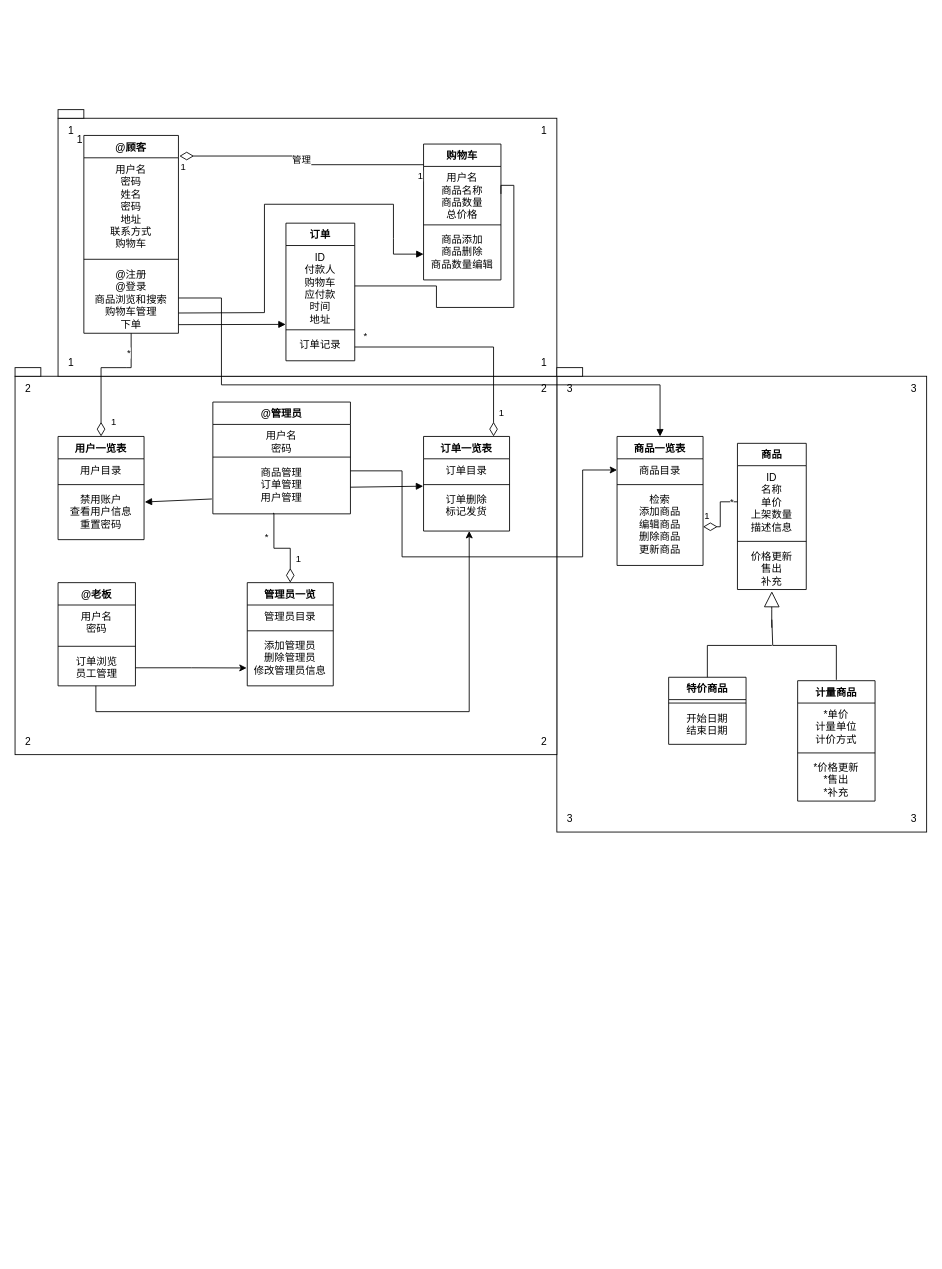
Before: 未命名绘图.drawio in Grayguoliang/learngit, a draw.io diagram. Source tidied: cells renumbered, new cells numbered last; positions are measured from the earlier drawing's top-left corner, leaving out a move shared by most shapes. Both pictures are drawn from the tidied source at 86%, with x=0, y=0 at pixel (15, 109).
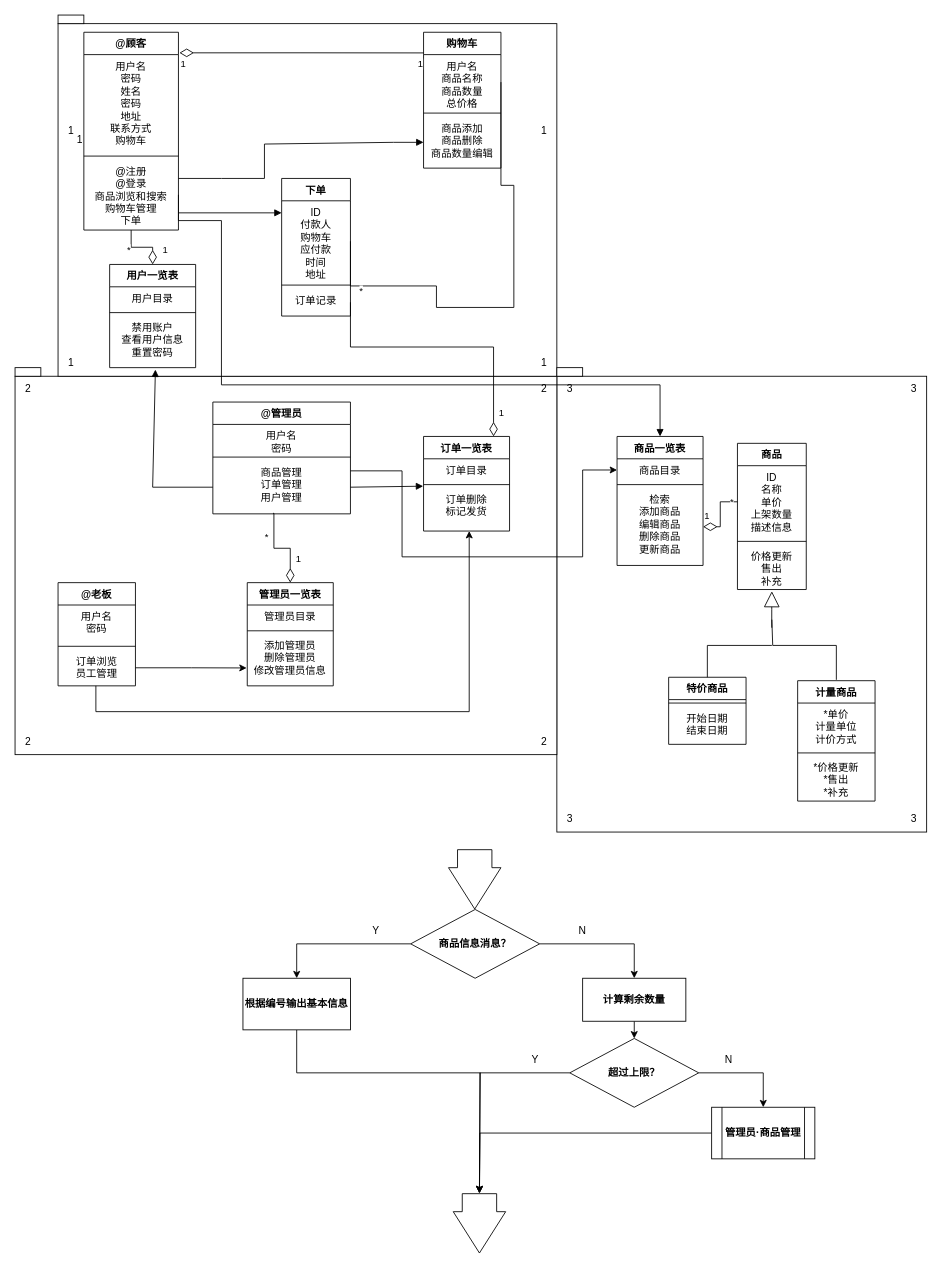
The same diagram, later.

Commit message:
网上商店管理系统.drawio

Unchanged cells that the change refers to:
```xml
<mxCell id="11" value="&lt;div style=&quot;&quot;&gt;&lt;span style=&quot;background-color: initial;&quot;&gt;用户名&lt;/span&gt;&lt;/div&gt;&lt;div style=&quot;&quot;&gt;&lt;span style=&quot;background-color: initial;&quot;&gt;密码&lt;/span&gt;&lt;/div&gt;&lt;div style=&quot;&quot;&gt;&lt;span style=&quot;background-color: initial;&quot;&gt;姓名&lt;/span&gt;&lt;/div&gt;&lt;div style=&quot;&quot;&gt;&lt;span style=&quot;background-color: initial;&quot;&gt;密码&lt;/span&gt;&lt;/div&gt;&lt;div style=&quot;&quot;&gt;&lt;span style=&quot;background-color: initial;&quot;&gt;地址&lt;/span&gt;&lt;/div&gt;&lt;div style=&quot;&quot;&gt;&lt;span style=&quot;background-color: initial;&quot;&gt;联系方式&lt;/span&gt;&lt;/div&gt;&lt;div style=&quot;&quot;&gt;&lt;span style=&quot;background-color: initial;&quot;&gt;购物车&lt;/span&gt;&lt;/div&gt;" style="text;strokeColor=none;fillColor=none;align=center;verticalAlign=top;spacingLeft=4;spacingRight=4;overflow=hidden;points=[[0,0.5],[1,0.5]];portConstraint=eastwest;whiteSpace=wrap;html=1;" parent="10" vertex="1">
  <mxGeometry y="26" width="110" height="114" as="geometry" />
</mxCell>
<mxCell id="13" value="&lt;div style=&quot;&quot;&gt;&lt;span style=&quot;background-color: initial;&quot;&gt;@注册&lt;/span&gt;&lt;/div&gt;&lt;div style=&quot;&quot;&gt;&lt;span style=&quot;background-color: initial;&quot;&gt;@登录&lt;/span&gt;&lt;/div&gt;&lt;div style=&quot;&quot;&gt;&lt;span style=&quot;background-color: initial;&quot;&gt;商品浏览和搜索&lt;/span&gt;&lt;/div&gt;&lt;div style=&quot;&quot;&gt;&lt;span style=&quot;background-color: initial;&quot;&gt;购物车管理&lt;/span&gt;&lt;/div&gt;&lt;div style=&quot;&quot;&gt;&lt;span style=&quot;background-color: initial;&quot;&gt;下单&lt;/span&gt;&lt;/div&gt;&lt;div style=&quot;&quot;&gt;&lt;span style=&quot;background-color: initial;&quot;&gt;&lt;br&gt;&lt;/span&gt;&lt;/div&gt;" style="text;strokeColor=none;fillColor=none;align=center;verticalAlign=top;spacingLeft=4;spacingRight=4;overflow=hidden;points=[[0,0.5],[1,0.5]];portConstraint=eastwest;whiteSpace=wrap;html=1;" parent="10" vertex="1">
  <mxGeometry y="148" width="110" height="82" as="geometry" />
</mxCell>
<mxCell id="16" value="用户名&lt;br&gt;商品名称&lt;br&gt;商品数量&lt;br&gt;总价格" style="text;strokeColor=none;fillColor=none;align=center;verticalAlign=top;spacingLeft=4;spacingRight=4;overflow=hidden;points=[[0,0.5],[1,0.5]];portConstraint=eastwest;whiteSpace=wrap;html=1;" parent="15" vertex="1">
  <mxGeometry y="26" width="90" height="64" as="geometry" />
</mxCell>
<mxCell id="18" value="商品添加&lt;br&gt;商品删除&lt;br&gt;商品数量编辑" style="text;strokeColor=none;fillColor=none;align=center;verticalAlign=top;spacingLeft=4;spacingRight=4;overflow=hidden;points=[[0,0.5],[1,0.5]];portConstraint=eastwest;whiteSpace=wrap;html=1;" parent="15" vertex="1">
  <mxGeometry y="98" width="90" height="60" as="geometry" />
</mxCell>
<mxCell id="22" value="商品管理&lt;br&gt;订单管理&lt;br&gt;用户管理" style="text;strokeColor=none;fillColor=none;align=center;verticalAlign=top;spacingLeft=4;spacingRight=4;overflow=hidden;points=[[0,0.5],[1,0.5]];portConstraint=eastwest;whiteSpace=wrap;html=1;" parent="19" vertex="1">
  <mxGeometry y="68" width="160" height="62" as="geometry" />
</mxCell>
<mxCell id="35" value="禁用账户&lt;br&gt;查看用户信息&lt;br&gt;重置密码" style="text;strokeColor=none;fillColor=none;align=center;verticalAlign=top;spacingLeft=4;spacingRight=4;overflow=hidden;points=[[0,0.5],[1,0.5]];portConstraint=eastwest;whiteSpace=wrap;html=1;" parent="32" vertex="1">
  <mxGeometry y="60" width="100" height="60" as="geometry" />
</mxCell>
<mxCell id="67" value="商品一览表" style="swimlane;fontStyle=1;align=center;verticalAlign=top;horizontal=1;startSize=26;whiteSpace=wrap;html=1;" parent="1" vertex="1">
  <mxGeometry x="700" y="380" width="100" height="150" as="geometry" />
</mxCell>
```

What changed in the source:
```diff
@@
     <mxCell id="4" style="rounded=0;whiteSpace=wrap;html=1;" parent="1" vertex="1">
-      <mxGeometry x="50" y="10" width="580" height="300" as="geometry" />
+      <mxGeometry x="50" y="-100" width="580" height="410" as="geometry" />
     </mxCell>
-    <mxCell id="5" value="订单" style="swimlane;fontStyle=1;align=center;verticalAlign=top;horizontal=1;startSize=26;whiteSpace=wrap;html=1;" parent="1" vertex="1">
-      <mxGeometry x="315" y="132" width="80" height="160" as="geometry" />
+    <mxCell id="5" value="下单" style="swimlane;fontStyle=1;align=center;verticalAlign=top;horizontal=1;startSize=26;whiteSpace=wrap;html=1;" parent="1" vertex="1">
+      <mxGeometry x="310" y="80" width="80" height="160" as="geometry" />
     </mxCell>
@@
-    <mxCell id="9" style="html=1;verticalAlign=bottom;endArrow=block;curved=0;rounded=0;entryX=-0.002;entryY=0.854;entryDx=0;entryDy=0;entryPerimeter=0;exitX=1;exitY=0.878;exitDx=0;exitDy=0;exitPerimeter=0;" parent="1" edge="1" source="13">
+    <mxCell id="9" style="html=1;verticalAlign=bottom;endArrow=block;curved=0;rounded=0;entryX=0;entryY=0.5;entryDx=0;entryDy=0;" parent="1" edge="1">
       <mxGeometry relative="1" as="geometry">
-        <mxPoint x="314.7" y="249.7" as="targetPoint" />
+        <mxPoint x="190" y="120" as="sourcePoint" />
+        <mxPoint x="310" y="120" as="targetPoint" />
       </mxGeometry>
     </mxCell>
     <mxCell id="10" value="@顾客" style="swimlane;fontStyle=1;align=center;verticalAlign=top;horizontal=1;startSize=26;whiteSpace=wrap;html=1;" parent="1" vertex="1">
-      <mxGeometry x="80" y="30" width="110" height="230" as="geometry" />
+      <mxGeometry x="80" y="-90" width="110" height="230" as="geometry" />
     </mxCell>
@@
     <mxCell id="14" style="rounded=0;whiteSpace=wrap;html=1;" parent="1" vertex="1">
-      <mxGeometry x="50" width="30" height="10" as="geometry" />
+      <mxGeometry x="50" y="-110" width="30" height="10" as="geometry" />
     </mxCell>
     <mxCell id="15" value="购物车" style="swimlane;fontStyle=1;align=center;verticalAlign=top;horizontal=1;startSize=26;whiteSpace=wrap;html=1;" parent="1" vertex="1">
-      <mxGeometry x="475" y="40" width="90" height="158" as="geometry" />
+      <mxGeometry x="475" y="-90" width="90" height="158" as="geometry" />
     </mxCell>
@@
-    <mxCell id="23" value="管理" style="endArrow=none;html=1;endSize=12;startArrow=diamondThin;startSize=14;startFill=0;edgeStyle=orthogonalEdgeStyle;rounded=0;entryX=0;entryY=-0.031;entryDx=0;entryDy=0;exitX=1.01;exitY=-0.018;exitDx=0;exitDy=0;exitPerimeter=0;entryPerimeter=0;endFill=0;" parent="1" edge="1" source="11" target="16">
+    <mxCell id="23" style="endArrow=none;html=1;endSize=12;startArrow=diamondThin;startSize=14;startFill=0;edgeStyle=orthogonalEdgeStyle;rounded=0;entryX=0;entryY=-0.031;entryDx=0;entryDy=0;exitX=1.01;exitY=-0.018;exitDx=0;exitDy=0;exitPerimeter=0;entryPerimeter=0;endFill=0;" parent="1" edge="1" source="11" target="16">
       <mxGeometry relative="1" as="geometry" />
     </mxCell>
@@
-    <mxCell id="27" style="html=1;verticalAlign=bottom;endArrow=block;curved=0;rounded=0;exitX=1;exitY=0.713;exitDx=0;exitDy=0;exitPerimeter=0;entryX=0;entryY=0.5;entryDx=0;entryDy=0;" parent="1" edge="1" source="13" target="18">
+    <mxCell id="27" style="html=1;verticalAlign=bottom;endArrow=block;curved=0;rounded=0;entryX=0;entryY=0.5;entryDx=0;entryDy=0;" parent="1" edge="1" target="18">
       <mxGeometry relative="1" as="geometry">
+        <mxPoint x="190" y="80" as="sourcePoint" />
         <Array as="points">
-          <mxPoint x="290" y="236" />
-          <mxPoint x="290" y="110" />
-          <mxPoint x="440" y="110" />
-          <mxPoint x="440" y="150" />
-          <mxPoint x="440" y="168" />
+          <mxPoint x="240" y="80" />
+          <mxPoint x="290" y="80" />
+          <mxPoint x="290" y="40" />
+          <mxPoint x="440" y="38" />
         </Array>
       </mxGeometry>
     </mxCell>
@@
     <mxCell id="32" value="用户一览表" style="swimlane;fontStyle=1;align=center;verticalAlign=top;horizontal=1;startSize=26;whiteSpace=wrap;html=1;" parent="1" vertex="1">
-      <mxGeometry x="50" y="380" width="100" height="120" as="geometry" />
+      <mxGeometry x="110" y="180" width="100" height="120" as="geometry" />
     </mxCell>
@@
-    <mxCell id="37" style="html=1;verticalAlign=bottom;endArrow=block;curved=0;rounded=0;entryX=1.008;entryY=0.27;entryDx=0;entryDy=0;entryPerimeter=0;exitX=-0.007;exitY=0.721;exitDx=0;exitDy=0;exitPerimeter=0;" parent="1" edge="1" source="22" target="35">
-      <mxGeometry relative="1" as="geometry" />
+    <mxCell id="37" style="html=1;verticalAlign=bottom;endArrow=block;curved=0;rounded=0;entryX=0.532;entryY=1.038;entryDx=0;entryDy=0;entryPerimeter=0;exitX=0;exitY=0.5;exitDx=0;exitDy=0;" parent="1" edge="1" source="22" target="35">
+      <mxGeometry relative="1" as="geometry">
+        <Array as="points">
+          <mxPoint x="160" y="439" />
+        </Array>
+      </mxGeometry>
     </mxCell>
     <mxCell id="38" style="endArrow=none;html=1;endSize=12;startArrow=diamondThin;startSize=14;startFill=0;edgeStyle=orthogonalEdgeStyle;rounded=0;exitX=0.5;exitY=0;exitDx=0;exitDy=0;entryX=0.5;entryY=1;entryDx=0;entryDy=0;entryPerimeter=0;endFill=0;" parent="1" edge="1" source="32" target="13">
       <mxGeometry relative="1" as="geometry">
         <Array as="points">
-          <mxPoint x="130" y="300" />
-          <mxPoint x="160" y="300" />
+          <mxPoint x="160" y="160" />
+          <mxPoint x="135" y="160" />
         </Array>
       </mxGeometry>
     </mxCell>
@@
-    <mxCell id="48" value="管理员一览" style="swimlane;fontStyle=1;align=center;verticalAlign=top;horizontal=1;startSize=26;whiteSpace=wrap;html=1;" parent="1" vertex="1">
+    <mxCell id="48" value="管理员一览表" style="swimlane;fontStyle=1;align=center;verticalAlign=top;horizontal=1;startSize=26;whiteSpace=wrap;html=1;" parent="1" vertex="1">
       <mxGeometry x="270" y="550" width="100" height="120" as="geometry" />
     </mxCell>
@@
     <mxCell id="93" style="edgeStyle=orthogonalEdgeStyle;rounded=0;jettySize=auto;html=1;entryX=0.5;entryY=0;entryDx=0;entryDy=0;exitX=1;exitY=0.5;exitDx=0;exitDy=0;endArrow=block;endFill=1;" parent="1" edge="1" source="13" target="67">
       <mxGeometry relative="1" as="geometry">
         <Array as="points">
-          <mxPoint x="240" y="219" />
+          <mxPoint x="240" y="129" />
           <mxPoint x="240" y="320" />
           <mxPoint x="750" y="320" />
         </Array>
       </mxGeometry>
     </mxCell>
+    <mxCell id="94" style="shape=flexArrow;endArrow=classic;html=1;rounded=0;width=40;endSize=15.69;" parent="1" edge="1">
+      <mxGeometry relative="1" as="geometry">
+        <mxPoint x="534.5" y="860" as="sourcePoint" />
+        <mxPoint x="534.5" y="930" as="targetPoint" />
+      </mxGeometry>
+    </mxCell>
+    <mxCell id="95" style="edgeStyle=orthogonalEdgeStyle;rounded=0;jettySize=auto;html=1;entryX=0.5;entryY=0;entryDx=0;entryDy=0;" parent="1" edge="1" source="97" target="106">
+      <mxGeometry relative="1" as="geometry" />
+    </mxCell>
+    <mxCell id="96" style="edgeStyle=orthogonalEdgeStyle;rounded=0;jettySize=auto;html=1;entryX=0.5;entryY=0;entryDx=0;entryDy=0;" parent="1" edge="1" source="97" target="99">
+      <mxGeometry relative="1" as="geometry" />
+    </mxCell>
+    <mxCell id="97" value="&lt;b&gt;商品信息消息？&lt;/b&gt;" style="rhombus;whiteSpace=wrap;html=1;" parent="1" vertex="1">
+      <mxGeometry x="460" y="930" width="150" height="80" as="geometry" />
+    </mxCell>
+    <mxCell id="98" style="edgeStyle=orthogonalEdgeStyle;rounded=0;jettySize=auto;html=1;exitX=0.5;exitY=1;exitDx=0;exitDy=0;entryX=0.5;entryY=0;entryDx=0;entryDy=0;" parent="1" edge="1" source="99" target="102">
+      <mxGeometry relative="1" as="geometry" />
+    </mxCell>
+    <mxCell id="99" value="&lt;b&gt;计算剩余数量&lt;/b&gt;" style="rounded=0;whiteSpace=wrap;html=1;" parent="1" vertex="1">
+      <mxGeometry x="660" y="1010" width="120" height="50" as="geometry" />
+    </mxCell>
+    <mxCell id="100" style="edgeStyle=orthogonalEdgeStyle;rounded=0;jettySize=auto;html=1;entryX=0.5;entryY=0;entryDx=0;entryDy=0;" parent="1" edge="1" source="102" target="104">
+      <mxGeometry relative="1" as="geometry" />
+    </mxCell>
+    <mxCell id="101" style="edgeStyle=orthogonalEdgeStyle;rounded=0;jettySize=auto;html=1;exitX=0;exitY=0.5;exitDx=0;exitDy=0;" parent="1" edge="1" source="102">
+      <mxGeometry relative="1" as="geometry">
+        <mxPoint x="540" y="1260" as="targetPoint" />
+      </mxGeometry>
+    </mxCell>
+    <mxCell id="102" value="&lt;b&gt;超过上限？&lt;/b&gt;" style="rhombus;whiteSpace=wrap;html=1;" parent="1" vertex="1">
+      <mxGeometry x="645" y="1080" width="150" height="80" as="geometry" />
+    </mxCell>
+    <mxCell id="103" style="edgeStyle=orthogonalEdgeStyle;rounded=0;jettySize=auto;html=1;" parent="1" edge="1" source="104">
+      <mxGeometry relative="1" as="geometry">
+        <mxPoint x="540" y="1260" as="targetPoint" />
+      </mxGeometry>
+    </mxCell>
+    <mxCell id="104" value="&lt;b&gt;管理员·商品管理&lt;/b&gt;" style="shape=process;whiteSpace=wrap;html=1;backgroundOutline=1;" parent="1" vertex="1">
+      <mxGeometry x="810" y="1160" width="120" height="60" as="geometry" />
+    </mxCell>
+    <mxCell id="105" style="edgeStyle=orthogonalEdgeStyle;rounded=0;jettySize=auto;html=1;" parent="1" edge="1" source="106">
+      <mxGeometry relative="1" as="geometry">
+        <mxPoint x="540" y="1260" as="targetPoint" />
+        <Array as="points">
+          <mxPoint x="328" y="1120" />
+          <mxPoint x="541" y="1120" />
+        </Array>
+      </mxGeometry>
+    </mxCell>
+    <mxCell id="106" value="&lt;b&gt;根据编号输出基本信息&lt;/b&gt;" style="rounded=0;whiteSpace=wrap;html=1;" parent="1" vertex="1">
+      <mxGeometry x="265" y="1010" width="125" height="60" as="geometry" />
+    </mxCell>
+    <mxCell id="107" style="shape=flexArrow;endArrow=classic;html=1;rounded=0;width=40;endSize=15.69;" parent="1" edge="1">
+      <mxGeometry relative="1" as="geometry">
+        <mxPoint x="540" y="1260" as="sourcePoint" />
+        <mxPoint x="540" y="1330" as="targetPoint" />
+      </mxGeometry>
+    </mxCell>
+    <mxCell id="108" value="Y" style="text;strokeColor=none;align=center;fillColor=none;html=1;verticalAlign=middle;whiteSpace=wrap;rounded=0;" parent="1" vertex="1">
+      <mxGeometry x="575" y="1090" width="60" height="30" as="geometry" />
+    </mxCell>
+    <mxCell id="109" value="N" style="text;strokeColor=none;align=center;fillColor=none;html=1;verticalAlign=middle;whiteSpace=wrap;rounded=0;" parent="1" vertex="1">
+      <mxGeometry x="800" y="1090" width="60" height="30" as="geometry" />
+    </mxCell>
+    <mxCell id="110" value="Y" style="text;strokeColor=none;align=center;fillColor=none;html=1;verticalAlign=middle;whiteSpace=wrap;rounded=0;" parent="1" vertex="1">
+      <mxGeometry x="390" y="940" width="60" height="30" as="geometry" />
+    </mxCell>
+    <mxCell id="111" value="N" style="text;strokeColor=none;align=center;fillColor=none;html=1;verticalAlign=middle;whiteSpace=wrap;rounded=0;" parent="1" vertex="1">
+      <mxGeometry x="630" y="940" width="60" height="30" as="geometry" />
+    </mxCell>
```
